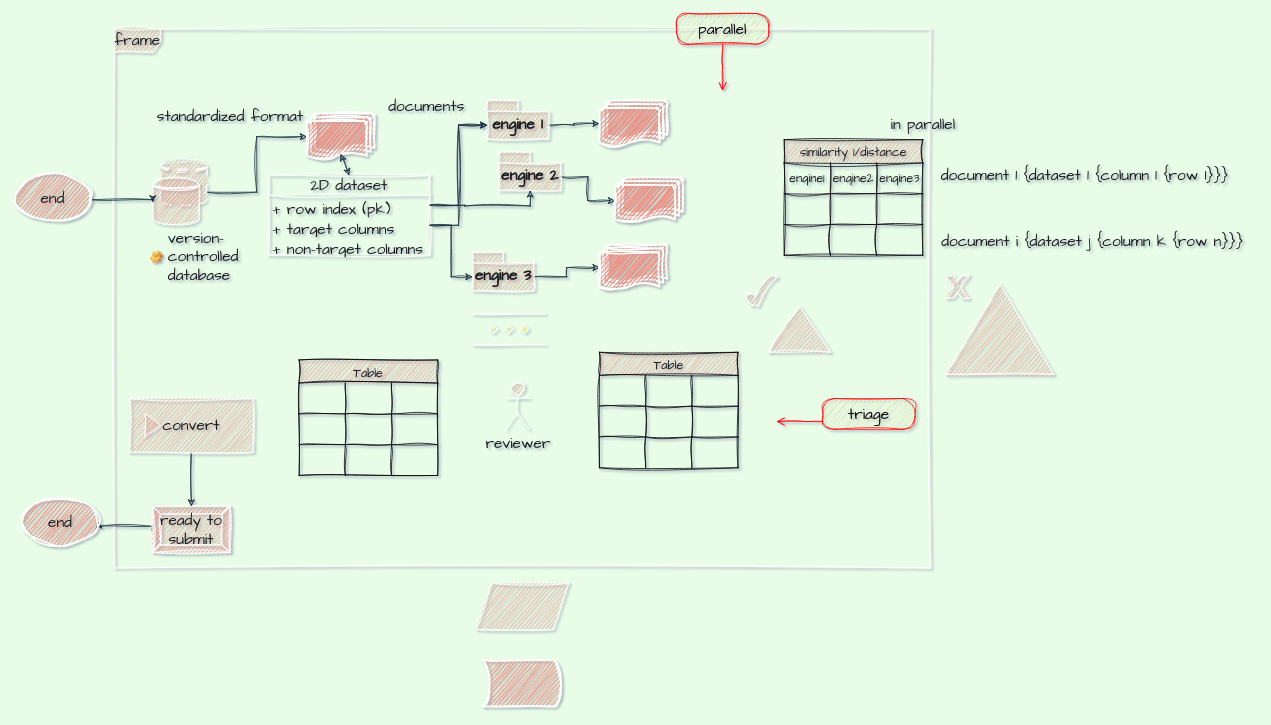
This is tomato.drawio from duanx9/flowcharts, a draw.io file, before an edit. Source tidied: cells renumbered, new cells numbered last; positions are measured from the earlier drawing's top-left corner, leaving out a move shared by most shapes. Both pictures are drawn from the tidied source at 77%, with x=0, y=0 at pixel (14, 13).
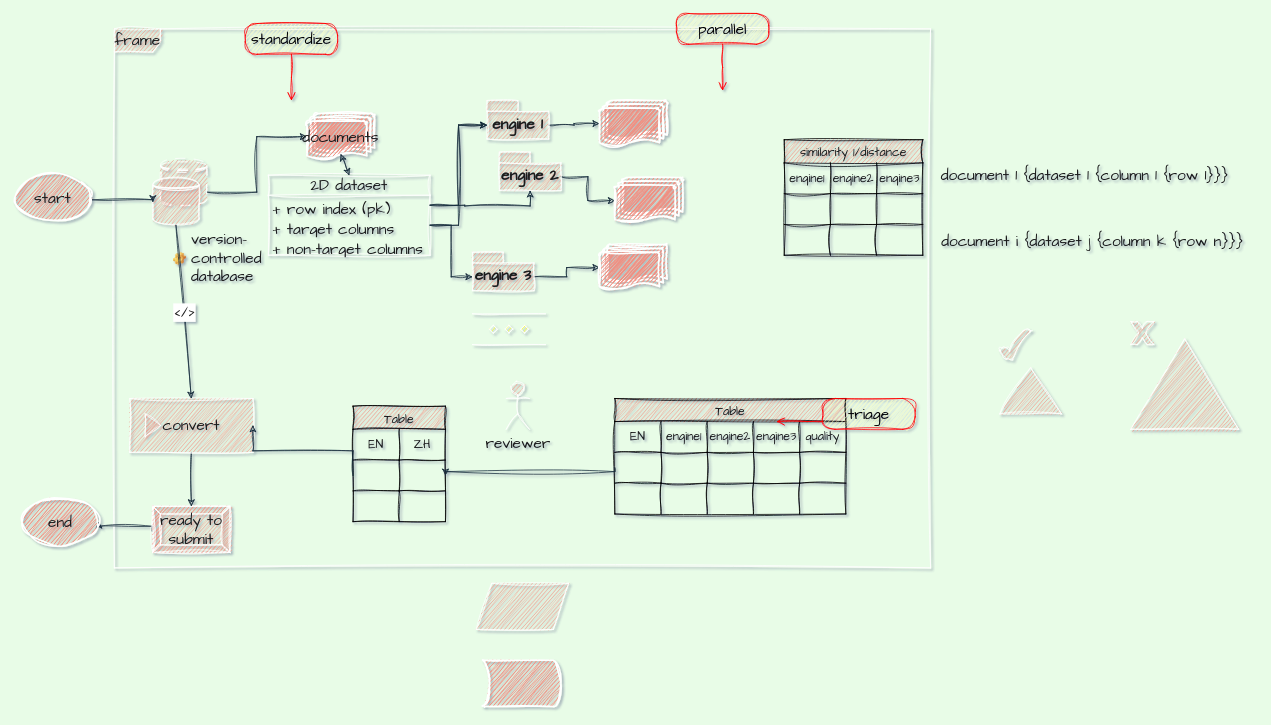
The same diagram, later.

Unchanged cells that the change refers to:
```xml
<mxCell id="5" style="shape=datastore;whiteSpace=wrap;html=1;sketch=1;hachureGap=4;jiggle=2;curveFitting=1;strokeColor=#FFFFFF;fontFamily=Architects Daughter;fontSize=20;fontColor=#1A1A1A;fillColor=#F08E81;" parent="1" vertex="1">
  <mxGeometry x="180" y="215" width="60" height="60" as="geometry" />
</mxCell>
<mxCell id="29" value="convert" style="html=1;whiteSpace=wrap;sketch=1;hachureGap=4;jiggle=2;curveFitting=1;strokeColor=#FFFFFF;fontFamily=Architects Daughter;fontSize=20;fontColor=#1A1A1A;fillColor=#F08E81;" parent="1" vertex="1">
  <mxGeometry x="150" y="500" width="160" height="70" as="geometry" />
</mxCell>
```

Change to the diagram source:
```diff
@@
-    <mxCell id="10" style="strokeWidth=2;html=1;shape=mxgraph.flowchart.multi-document;whiteSpace=wrap;sketch=1;hachureGap=4;jiggle=2;curveFitting=1;strokeColor=#FFFFFF;fontFamily=Architects Daughter;fontSize=20;fontColor=#1A1A1A;fillColor=#F08E81;" parent="1" vertex="1">
+    <mxCell id="10" value="documents" style="strokeWidth=2;html=1;shape=mxgraph.flowchart.multi-document;whiteSpace=wrap;sketch=1;hachureGap=4;jiggle=2;curveFitting=1;strokeColor=#FFFFFF;fontFamily=Architects Daughter;fontSize=20;fontColor=#1A1A1A;fillColor=#F08E81;" parent="1" vertex="1">
       <mxGeometry x="380" y="130" width="88" height="60" as="geometry" />
     </mxCell>
@@
     <mxCell id="23" style="verticalLabelPosition=bottom;verticalAlign=top;html=1;shape=mxgraph.basic.acute_triangle;dx=0.5;sketch=1;hachureGap=4;jiggle=2;curveFitting=1;strokeColor=#FFFFFF;fontFamily=Architects Daughter;fontSize=20;fontColor=#1A1A1A;fillColor=#F08E81;" parent="1" vertex="1">
-      <mxGeometry x="980" y="380" width="80" height="60" as="geometry" />
+      <mxGeometry x="1280" y="460" width="80" height="60" as="geometry" />
     </mxCell>
     <mxCell id="24" style="verticalLabelPosition=bottom;verticalAlign=top;html=1;shape=mxgraph.basic.acute_triangle;dx=0.5;sketch=1;hachureGap=4;jiggle=2;curveFitting=1;strokeColor=#FFFFFF;fontFamily=Architects Daughter;fontSize=20;fontColor=#1A1A1A;fillColor=#F08E81;" parent="1" vertex="1">
-      <mxGeometry x="1210" y="351.2" width="140" height="117.5" as="geometry" />
+      <mxGeometry x="1450" y="422.5" width="140" height="117.5" as="geometry" />
     </mxCell>
@@
     <mxCell id="44" value="Table" style="shape=table;startSize=30;childLayout=tableLayout;strokeColor=default;fontSize=16;sketch=1;hachureGap=4;jiggle=2;curveFitting=1;fontFamily=Architects Daughter;fontColor=#1A1A1A;fillColor=#F08E81;" parent="1" vertex="1">
-      <mxGeometry x="760" y="440" width="180" height="150" as="geometry" />
+      <mxGeometry x="780" y="500" width="300" height="150" as="geometry" />
     </mxCell>
     <mxCell id="45" style="shape=tableRow;horizontal=0;startSize=0;swimlaneHead=0;swimlaneBody=0;strokeColor=inherit;top=0;left=0;bottom=0;right=0;fillColor=none;fontSize=16;sketch=1;hachureGap=4;jiggle=2;curveFitting=1;fontFamily=Architects Daughter;fontColor=#1A1A1A;" parent="44" vertex="1">
-      <mxGeometry y="30" width="180" height="40" as="geometry" />
+      <mxGeometry y="30" width="300" height="40" as="geometry" />
     </mxCell>
-    <mxCell id="46" style="shape=partialRectangle;html=1;whiteSpace=wrap;strokeColor=inherit;overflow=hidden;fillColor=none;top=0;left=0;bottom=0;right=0;fontSize=16;sketch=1;hachureGap=4;jiggle=2;curveFitting=1;fontFamily=Architects Daughter;fontColor=#1A1A1A;" parent="45" vertex="1">
+    <mxCell id="46" value="EN" style="shape=partialRectangle;html=1;whiteSpace=wrap;strokeColor=inherit;overflow=hidden;fillColor=none;top=0;left=0;bottom=0;right=0;fontSize=16;sketch=1;hachureGap=4;jiggle=2;curveFitting=1;fontFamily=Architects Daughter;fontColor=#1A1A1A;" parent="45" vertex="1">
       <mxGeometry width="60" height="40" as="geometry" />
     </mxCell>
-    <mxCell id="47" style="shape=partialRectangle;html=1;whiteSpace=wrap;strokeColor=inherit;overflow=hidden;fillColor=none;top=0;left=0;bottom=0;right=0;fontSize=16;sketch=1;hachureGap=4;jiggle=2;curveFitting=1;fontFamily=Architects Daughter;fontColor=#1A1A1A;" parent="45" vertex="1">
+    <mxCell id="47" value="engine1" style="shape=partialRectangle;html=1;whiteSpace=wrap;strokeColor=inherit;overflow=hidden;fillColor=none;top=0;left=0;bottom=0;right=0;fontSize=16;sketch=1;hachureGap=4;jiggle=2;curveFitting=1;fontFamily=Architects Daughter;fontColor=#1A1A1A;" parent="45" vertex="1">
       <mxGeometry x="60" width="60" height="40" as="geometry" />
     </mxCell>
-    <mxCell id="48" style="shape=partialRectangle;html=1;whiteSpace=wrap;strokeColor=inherit;overflow=hidden;fillColor=none;top=0;left=0;bottom=0;right=0;fontSize=16;sketch=1;hachureGap=4;jiggle=2;curveFitting=1;fontFamily=Architects Daughter;fontColor=#1A1A1A;" parent="45" vertex="1">
+    <mxCell id="48" value="engine2" style="shape=partialRectangle;html=1;whiteSpace=wrap;strokeColor=inherit;overflow=hidden;fillColor=none;top=0;left=0;bottom=0;right=0;fontSize=16;sketch=1;hachureGap=4;jiggle=2;curveFitting=1;fontFamily=Architects Daughter;fontColor=#1A1A1A;" parent="45" vertex="1">
       <mxGeometry x="120" width="60" height="40" as="geometry" />
     </mxCell>
+    <mxCell id="90" value="engine3" style="shape=partialRectangle;html=1;whiteSpace=wrap;strokeColor=inherit;overflow=hidden;fillColor=none;top=0;left=0;bottom=0;right=0;fontSize=16;sketch=1;hachureGap=4;jiggle=2;curveFitting=1;fontFamily=Architects Daughter;fontColor=#1A1A1A;" parent="45" vertex="1">
+      <mxGeometry x="180" width="60" height="40" as="geometry" />
+    </mxCell>
+    <mxCell id="91" value="quality" style="shape=partialRectangle;html=1;whiteSpace=wrap;strokeColor=inherit;overflow=hidden;fillColor=none;top=0;left=0;bottom=0;right=0;fontSize=16;sketch=1;hachureGap=4;jiggle=2;curveFitting=1;fontFamily=Architects Daughter;fontColor=#1A1A1A;" parent="45" vertex="1">
+      <mxGeometry x="240" width="60" height="40" as="geometry" />
+    </mxCell>
     <mxCell id="49" style="shape=tableRow;horizontal=0;startSize=0;swimlaneHead=0;swimlaneBody=0;strokeColor=inherit;top=0;left=0;bottom=0;right=0;fillColor=none;points=[[0,0.5],[1,0.5]];portConstraint=eastwest;fontSize=16;sketch=1;hachureGap=4;jiggle=2;curveFitting=1;fontFamily=Architects Daughter;fontColor=#1A1A1A;" parent="44" vertex="1">
-      <mxGeometry y="70" width="180" height="40" as="geometry" />
+      <mxGeometry y="70" width="300" height="40" as="geometry" />
     </mxCell>
@@
+    <mxCell id="92" style="shape=partialRectangle;html=1;whiteSpace=wrap;strokeColor=inherit;overflow=hidden;fillColor=none;top=0;left=0;bottom=0;right=0;fontSize=16;sketch=1;hachureGap=4;jiggle=2;curveFitting=1;fontFamily=Architects Daughter;fontColor=#1A1A1A;" parent="49" vertex="1">
+      <mxGeometry x="180" width="60" height="40" as="geometry" />
+    </mxCell>
+    <mxCell id="93" style="shape=partialRectangle;html=1;whiteSpace=wrap;strokeColor=inherit;overflow=hidden;fillColor=none;top=0;left=0;bottom=0;right=0;fontSize=16;sketch=1;hachureGap=4;jiggle=2;curveFitting=1;fontFamily=Architects Daughter;fontColor=#1A1A1A;" parent="49" vertex="1">
+      <mxGeometry x="240" width="60" height="40" as="geometry" />
+    </mxCell>
     <mxCell id="53" style="shape=tableRow;horizontal=0;startSize=0;swimlaneHead=0;swimlaneBody=0;strokeColor=inherit;top=0;left=0;bottom=0;right=0;fillColor=none;fontSize=16;sketch=1;hachureGap=4;jiggle=2;curveFitting=1;fontFamily=Architects Daughter;fontColor=#1A1A1A;" parent="44" vertex="1">
-      <mxGeometry y="110" width="180" height="40" as="geometry" />
+      <mxGeometry y="110" width="300" height="40" as="geometry" />
     </mxCell>
@@
+    <mxCell id="94" style="shape=partialRectangle;html=1;whiteSpace=wrap;strokeColor=inherit;overflow=hidden;fillColor=none;top=0;left=0;bottom=0;right=0;fontSize=16;sketch=1;hachureGap=4;jiggle=2;curveFitting=1;fontFamily=Architects Daughter;fontColor=#1A1A1A;" parent="53" vertex="1">
+      <mxGeometry x="180" width="60" height="40" as="geometry" />
+    </mxCell>
+    <mxCell id="95" style="shape=partialRectangle;html=1;whiteSpace=wrap;strokeColor=inherit;overflow=hidden;fillColor=none;top=0;left=0;bottom=0;right=0;fontSize=16;sketch=1;hachureGap=4;jiggle=2;curveFitting=1;fontFamily=Architects Daughter;fontColor=#1A1A1A;" parent="53" vertex="1">
+      <mxGeometry x="240" width="60" height="40" as="geometry" />
+    </mxCell>
     <mxCell id="57" value="Table" style="shape=table;startSize=30;childLayout=tableLayout;strokeColor=default;fontSize=16;sketch=1;hachureGap=4;jiggle=2;curveFitting=1;fontFamily=Architects Daughter;fontColor=#1A1A1A;fillColor=#F08E81;" parent="1" vertex="1">
-      <mxGeometry x="370" y="450" width="180" height="150" as="geometry" />
+      <mxGeometry x="440" y="510" width="120" height="150" as="geometry" />
     </mxCell>
     <mxCell id="58" style="shape=tableRow;horizontal=0;startSize=0;swimlaneHead=0;swimlaneBody=0;strokeColor=inherit;top=0;left=0;bottom=0;right=0;fillColor=none;fontSize=16;sketch=1;hachureGap=4;jiggle=2;curveFitting=1;fontFamily=Architects Daughter;fontColor=#1A1A1A;" parent="57" vertex="1">
-      <mxGeometry y="30" width="180" height="40" as="geometry" />
+      <mxGeometry y="30" width="120" height="40" as="geometry" />
     </mxCell>
-    <mxCell id="59" style="shape=partialRectangle;html=1;whiteSpace=wrap;strokeColor=inherit;overflow=hidden;fillColor=none;top=0;left=0;bottom=0;right=0;fontSize=16;sketch=1;hachureGap=4;jiggle=2;curveFitting=1;fontFamily=Architects Daughter;fontColor=#1A1A1A;" parent="58" vertex="1">
+    <mxCell id="59" value="EN" style="shape=partialRectangle;html=1;whiteSpace=wrap;strokeColor=inherit;overflow=hidden;fillColor=none;top=0;left=0;bottom=0;right=0;fontSize=16;sketch=1;hachureGap=4;jiggle=2;curveFitting=1;fontFamily=Architects Daughter;fontColor=#1A1A1A;" parent="58" vertex="1">
       <mxGeometry width="60" height="40" as="geometry" />
     </mxCell>
-    <mxCell id="60" style="shape=partialRectangle;html=1;whiteSpace=wrap;strokeColor=inherit;overflow=hidden;fillColor=none;top=0;left=0;bottom=0;right=0;fontSize=16;sketch=1;hachureGap=4;jiggle=2;curveFitting=1;fontFamily=Architects Daughter;fontColor=#1A1A1A;" parent="58" vertex="1">
+    <mxCell id="60" value="ZH" style="shape=partialRectangle;html=1;whiteSpace=wrap;strokeColor=inherit;overflow=hidden;fillColor=none;top=0;left=0;bottom=0;right=0;fontSize=16;sketch=1;hachureGap=4;jiggle=2;curveFitting=1;fontFamily=Architects Daughter;fontColor=#1A1A1A;" parent="58" vertex="1">
       <mxGeometry x="60" width="60" height="40" as="geometry" />
     </mxCell>
-    <mxCell id="61" style="shape=partialRectangle;html=1;whiteSpace=wrap;strokeColor=inherit;overflow=hidden;fillColor=none;top=0;left=0;bottom=0;right=0;fontSize=16;sketch=1;hachureGap=4;jiggle=2;curveFitting=1;fontFamily=Architects Daughter;fontColor=#1A1A1A;" parent="58" vertex="1">
-      <mxGeometry x="120" width="60" height="40" as="geometry" />
-    </mxCell>
     <mxCell id="62" style="shape=tableRow;horizontal=0;startSize=0;swimlaneHead=0;swimlaneBody=0;strokeColor=inherit;top=0;left=0;bottom=0;right=0;fillColor=none;points=[[0,0.5],[1,0.5]];portConstraint=eastwest;fontSize=16;sketch=1;hachureGap=4;jiggle=2;curveFitting=1;fontFamily=Architects Daughter;fontColor=#1A1A1A;" parent="57" vertex="1">
-      <mxGeometry y="70" width="180" height="40" as="geometry" />
+      <mxGeometry y="70" width="120" height="40" as="geometry" />
     </mxCell>
@@
-    <mxCell id="65" style="shape=partialRectangle;html=1;whiteSpace=wrap;strokeColor=inherit;overflow=hidden;fillColor=none;top=0;left=0;bottom=0;right=0;fontSize=16;sketch=1;hachureGap=4;jiggle=2;curveFitting=1;fontFamily=Architects Daughter;fontColor=#1A1A1A;" parent="62" vertex="1">
-      <mxGeometry x="120" width="60" height="40" as="geometry" />
-    </mxCell>
     <mxCell id="66" style="shape=tableRow;horizontal=0;startSize=0;swimlaneHead=0;swimlaneBody=0;strokeColor=inherit;top=0;left=0;bottom=0;right=0;fillColor=none;fontSize=16;sketch=1;hachureGap=4;jiggle=2;curveFitting=1;fontFamily=Architects Daughter;fontColor=#1A1A1A;" parent="57" vertex="1">
-      <mxGeometry y="110" width="180" height="40" as="geometry" />
+      <mxGeometry y="110" width="120" height="40" as="geometry" />
     </mxCell>
@@
-    <mxCell id="69" style="shape=partialRectangle;html=1;whiteSpace=wrap;strokeColor=inherit;overflow=hidden;fillColor=none;top=0;left=0;bottom=0;right=0;fontSize=16;sketch=1;hachureGap=4;jiggle=2;curveFitting=1;fontFamily=Architects Daughter;fontColor=#1A1A1A;" parent="66" vertex="1">
-      <mxGeometry x="120" width="60" height="40" as="geometry" />
-    </mxCell>
@@
-    <mxCell id="72" value="documents" style="text;html=1;align=center;verticalAlign=middle;strokeColor=none;fillColor=none;fontSize=20;fontFamily=Architects Daughter;fontColor=#1A1A1A;" parent="1" vertex="1">
-      <mxGeometry x="475" y="100" width="120" height="40" as="geometry" />
-    </mxCell>
-    <mxCell id="73" value="in parallel" style="text;html=1;align=center;verticalAlign=middle;strokeColor=none;fillColor=none;fontSize=20;fontFamily=Architects Daughter;fontColor=#1A1A1A;" parent="1" vertex="1">
-      <mxGeometry x="1125" y="123" width="110" height="40" as="geometry" />
-    </mxCell>
@@
     <mxCell id="77" value="version-controlled database" style="label;fontStyle=0;strokeColor=none;fillColor=none;align=left;verticalAlign=top;overflow=hidden;spacingLeft=28;spacingRight=4;imageWidth=16;imageHeight=16;whiteSpace=wrap;html=1;image=img/clipart/Gear_128x128.png;sketch=1;hachureGap=4;jiggle=2;curveFitting=1;fontFamily=Architects Daughter;fontSize=20;fontColor=#1A1A1A;" parent="1" vertex="1">
-      <mxGeometry x="170" y="273" width="140" height="87" as="geometry" />
+      <mxGeometry x="200" y="275" width="140" height="87" as="geometry" />
     </mxCell>
-    <mxCell id="78" value="standardized format" style="text;html=1;align=center;verticalAlign=middle;strokeColor=none;fillColor=none;fontSize=20;fontFamily=Architects Daughter;fontColor=#1A1A1A;" parent="1" vertex="1">
-      <mxGeometry x="175" y="113" width="210" height="40" as="geometry" />
-    </mxCell>
@@
     <mxCell id="83" style="verticalLabelPosition=bottom;verticalAlign=top;html=1;shape=mxgraph.basic.tick;sketch=1;hachureGap=4;jiggle=2;curveFitting=1;strokeColor=#FFFFFF;fontFamily=Architects Daughter;fontSize=20;fontColor=#1A1A1A;fillColor=#F08E81;" parent="1" vertex="1">
-      <mxGeometry x="950" y="340" width="40" height="40" as="geometry" />
+      <mxGeometry x="1280" y="410" width="40" height="40" as="geometry" />
     </mxCell>
     <mxCell id="84" style="verticalLabelPosition=bottom;verticalAlign=top;html=1;shape=mxgraph.basic.x;sketch=1;hachureGap=4;jiggle=2;curveFitting=1;strokeColor=#FFFFFF;fontFamily=Architects Daughter;fontSize=20;fontColor=#1A1A1A;fillColor=#F08E81;" parent="1" vertex="1">
-      <mxGeometry x="1210" y="340" width="30" height="30" as="geometry" />
+      <mxGeometry x="1450" y="400" width="30" height="30" as="geometry" />
     </mxCell>
@@
-    <mxCell id="88" value="end" style="strokeWidth=2;html=1;shape=mxgraph.flowchart.start_1;whiteSpace=wrap;sketch=1;hachureGap=4;jiggle=2;curveFitting=1;strokeColor=#FFFFFF;fontFamily=Architects Daughter;fontSize=20;fontColor=#1A1A1A;fillColor=#F08E81;" parent="1" vertex="1">
+    <mxCell id="88" value="start" style="strokeWidth=2;html=1;shape=mxgraph.flowchart.start_1;whiteSpace=wrap;sketch=1;hachureGap=4;jiggle=2;curveFitting=1;strokeColor=#FFFFFF;fontFamily=Architects Daughter;fontSize=20;fontColor=#1A1A1A;fillColor=#F08E81;" parent="1" vertex="1">
       <mxGeometry y="209" width="100" height="60" as="geometry" />
     </mxCell>
@@
+    <mxCell id="96" style="endArrow=classic;html=1;rounded=0;sketch=1;hachureGap=4;jiggle=2;curveFitting=1;strokeColor=#182E3E;fontFamily=Architects Daughter;fontSize=16;fontColor=#1A1A1A;elbow=vertical;exitX=0.5;exitY=1;exitDx=0;exitDy=0;entryX=0.5;entryY=0;entryDx=0;entryDy=0;" parent="1" edge="1" source="5" target="29">
+      <mxGeometry relative="1" as="geometry" />
+    </mxCell>
+    <mxCell id="97" value="&amp;lt;/&amp;gt;" style="edgeLabel;html=1;align=center;verticalAlign=middle;sketch=1;hachureGap=4;jiggle=2;curveFitting=1;strokeColor=#FFFFFF;fontFamily=Architects Daughter;fontSize=20;fontColor=#1A1A1A;fillColor=#F08E81;" parent="96" vertex="1">
+      <mxGeometry relative="1" as="geometry" />
+    </mxCell>
+    <mxCell id="98" style="edgeStyle=elbowEdgeStyle;rounded=0;sketch=1;hachureGap=4;jiggle=2;curveFitting=1;jettySize=auto;elbow=vertical;html=1;exitX=0;exitY=0.5;exitDx=0;exitDy=0;entryX=1;entryY=0.5;entryDx=0;entryDy=0;strokeColor=#182E3E;fontFamily=Architects Daughter;fontSize=16;fontColor=#1A1A1A;" parent="1" edge="1" source="62" target="29">
+      <mxGeometry relative="1" as="geometry" />
+    </mxCell>
+    <mxCell id="99" value="standardize" style="rounded=1;whiteSpace=wrap;html=1;arcSize=40;fontColor=#000000;fillColor=#ffffc0;strokeColor=#ff0000;sketch=1;hachureGap=4;jiggle=2;curveFitting=1;fontFamily=Architects Daughter;fontSize=20;" parent="1" vertex="1">
+      <mxGeometry x="300" y="13" width="120" height="40" as="geometry" />
+    </mxCell>
+    <mxCell id="100" style="edgeStyle=orthogonalEdgeStyle;html=1;verticalAlign=bottom;endArrow=open;endSize=8;strokeColor=#ff0000;rounded=0;sketch=1;hachureGap=4;jiggle=2;curveFitting=1;fontFamily=Architects Daughter;fontSize=16;fontColor=#1A1A1A;" parent="1" edge="1" source="99">
+      <mxGeometry relative="1" as="geometry">
+        <mxPoint x="360" y="113" as="targetPoint" />
+      </mxGeometry>
+    </mxCell>
+    <mxCell id="101" style="edgeStyle=elbowEdgeStyle;rounded=0;sketch=1;hachureGap=4;jiggle=2;curveFitting=1;jettySize=auto;elbow=vertical;html=1;exitX=0;exitY=0.5;exitDx=0;exitDy=0;entryX=1;entryY=0.5;entryDx=0;entryDy=0;strokeColor=#182E3E;fontFamily=Architects Daughter;fontSize=16;fontColor=#1A1A1A;" parent="1" edge="1" source="49" target="62">
+      <mxGeometry relative="1" as="geometry" />
+    </mxCell>
```
